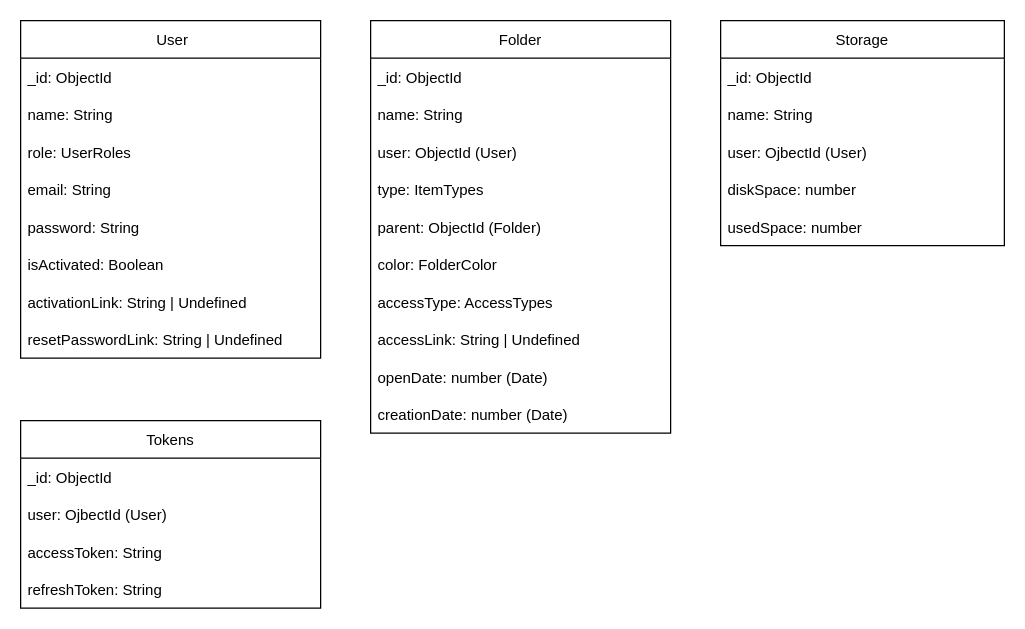
Above: page "База данных" (2 of 3) of project.drawio in WheatleyCODE/storage-server (draw.io), before the change. Source tidied: cells renumbered, new cells numbered last; positions are measured from the earlier drawing's top-left corner, leaving out a move shared by most shapes. Both pictures are drawn from the tidied source at 125%, with x=0, y=0 at pixel (20, 20).
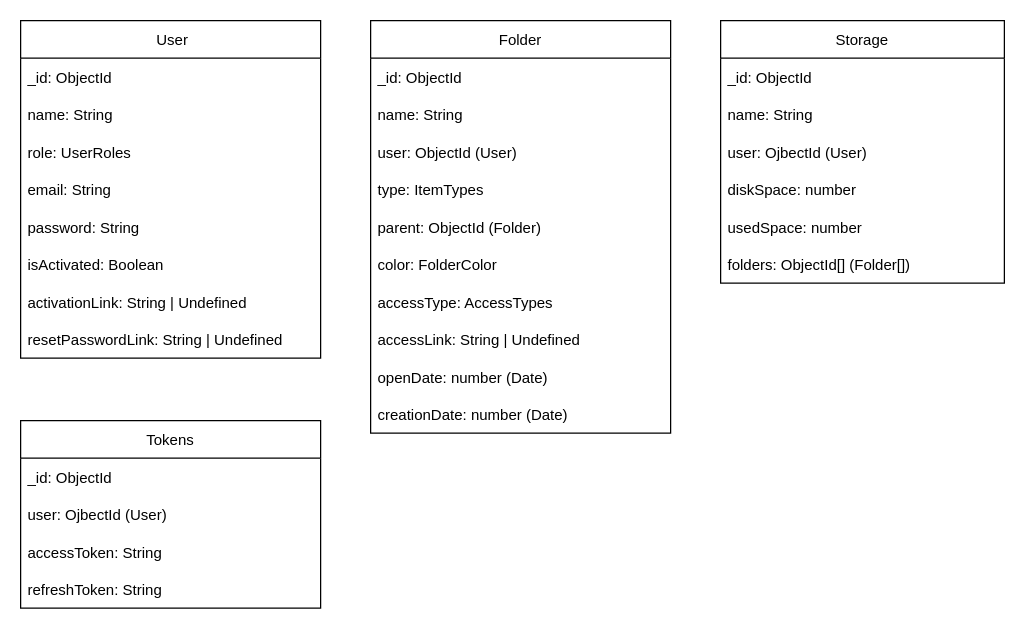
The same diagram, later.

The edit, as a diff of the source:
```diff
@@
     <mxCell id="22" value="Storage" style="swimlane;fontStyle=0;horizontal=1;startSize=30;" parent="1" vertex="1">
-      <mxGeometry x="560" width="227" height="180" as="geometry" />
+      <mxGeometry x="560" width="227" height="210" as="geometry" />
     </mxCell>
@@
+    <mxCell id="33" value="folders: ObjectId[] (Folder[])" style="text;strokeColor=none;fillColor=none;align=left;verticalAlign=middle;spacingLeft=4;spacingRight=4;overflow=hidden;" parent="22" vertex="1">
+      <mxGeometry y="180" width="227" height="30" as="geometry" />
+    </mxCell>
```
